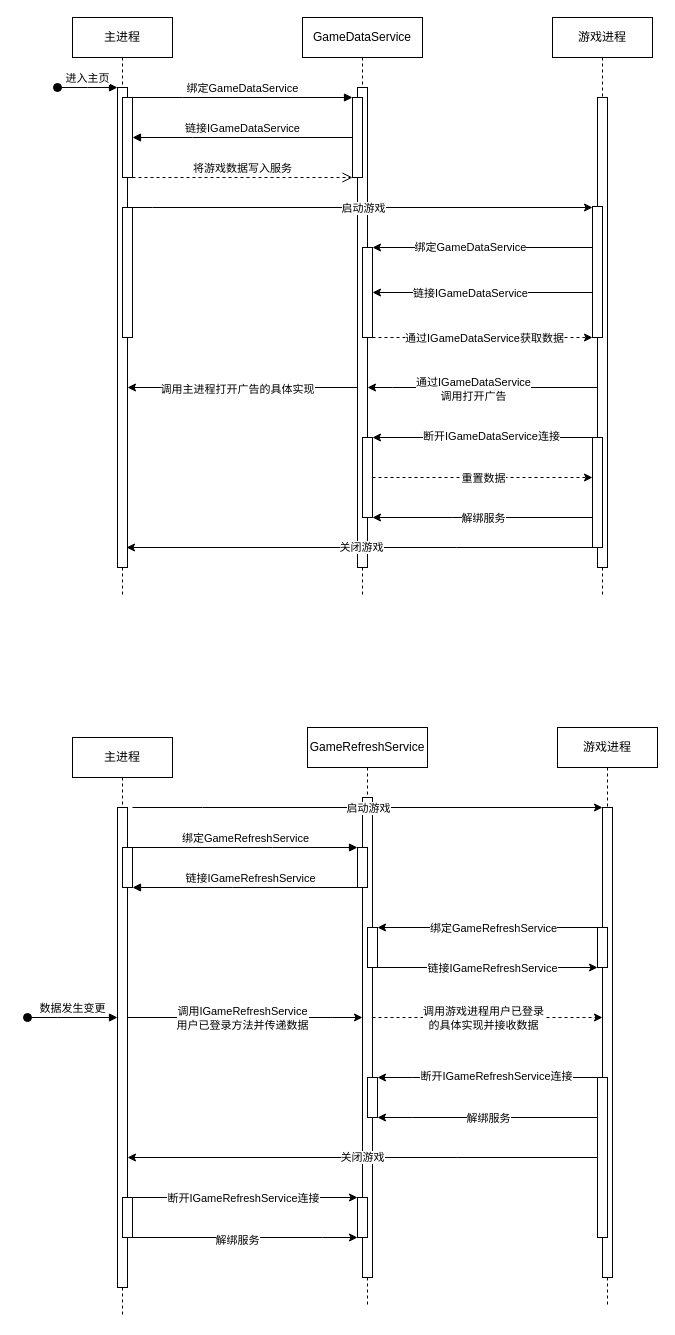
The draw.io diagram 未命名绘图.drawio in Discredited/Discredited.github.io, before the edit. Source tidied: cells renumbered, new cells numbered last; positions are measured from the earlier drawing's top-left corner, leaving out a move shared by most shapes. Both pictures are drawn from the tidied source at 100%, with x=0, y=0 at pixel (27, 17).
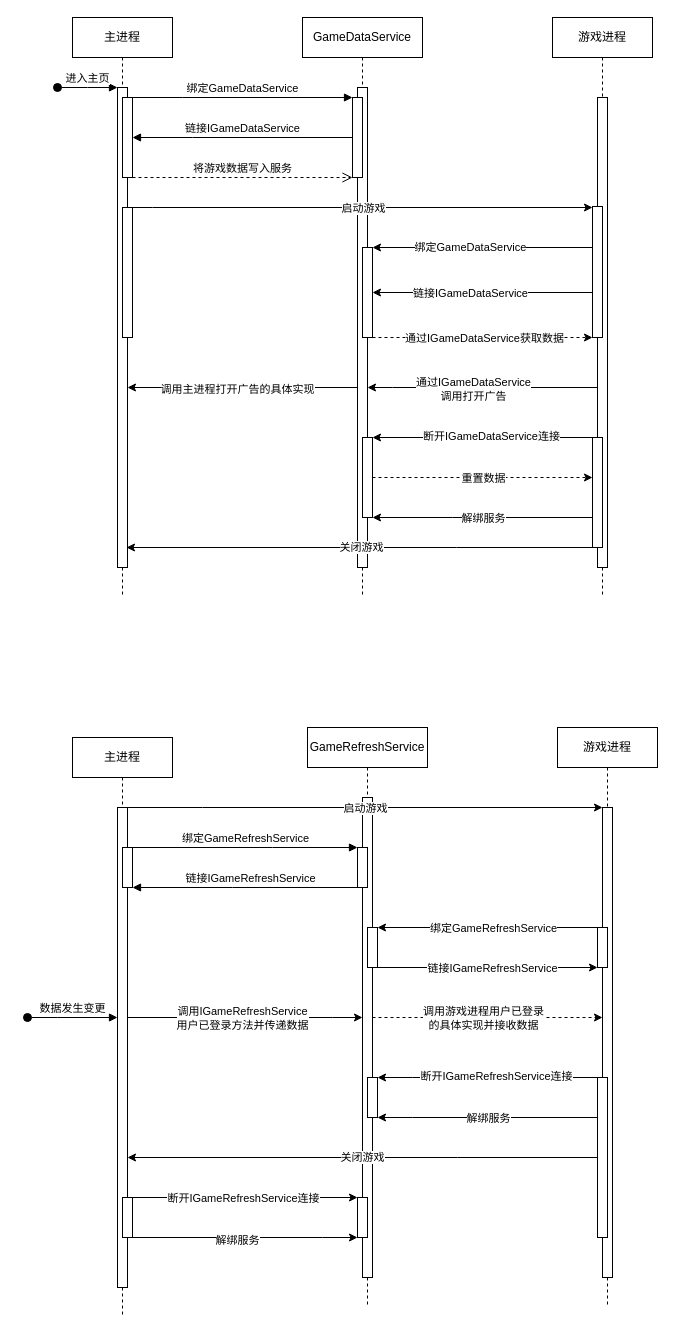
The same diagram, later.

Commit message:
更新未命名绘图.drawio

Unchanged cells that the change refers to:
```xml
<mxCell id="40" style="html=1;points=[];perimeter=orthogonalPerimeter;outlineConnect=0;targetShapes=umlLifeline;portConstraint=eastwest;newEdgeStyle={&quot;edgeStyle&quot;:&quot;elbowEdgeStyle&quot;,&quot;elbow&quot;:&quot;vertical&quot;,&quot;curved&quot;:0,&quot;rounded&quot;:0};" parent="39" vertex="1">
  <mxGeometry x="45" y="70" width="10" height="480" as="geometry" />
</mxCell>
```

Change to the diagram source:
```diff
@@
-    <mxCell id="56" style="edgeStyle=elbowEdgeStyle;rounded=0;orthogonalLoop=1;jettySize=auto;html=1;elbow=vertical;curved=0;" parent="1" edge="1">
+    <mxCell id="56" style="edgeStyle=elbowEdgeStyle;rounded=0;jettySize=auto;html=1;elbow=vertical;curved=0;" parent="1" edge="1" source="40">
       <mxGeometry relative="1" as="geometry">
-        <mxPoint x="105" y="790" as="sourcePoint" />
         <mxPoint x="575" y="790" as="targetPoint" />
         <Array as="points">
           <mxPoint x="175" y="790" />
           <mxPoint x="130" y="900" />
         </Array>
       </mxGeometry>
     </mxCell>
```
